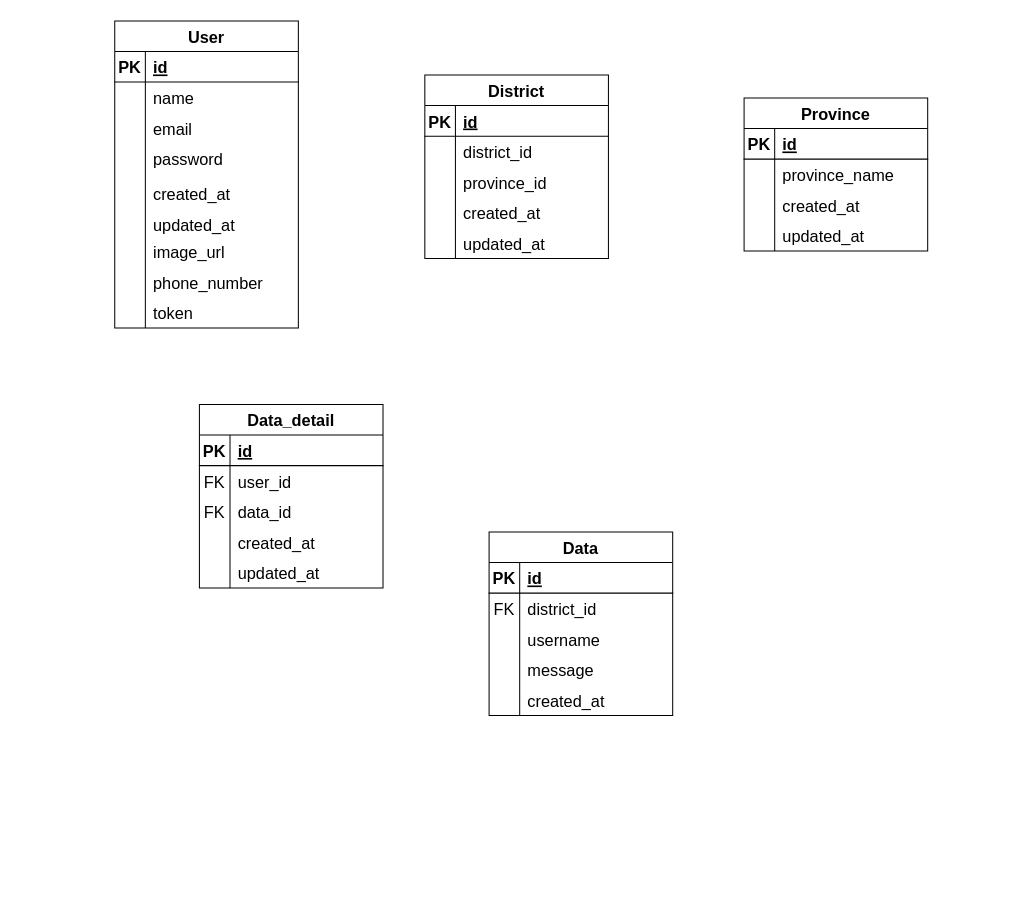
The draw.io diagram diagram/Untitled Diagram.drawio in Yoga3911/ocq_diagram, before the edit. Source tidied: cells renumbered, new cells numbered last; positions are measured from the earlier drawing's top-left corner, leaving out a move shared by most shapes. Both pictures are drawn from the tidied source at 102%, with x=0, y=0 at pixel (114, 20).
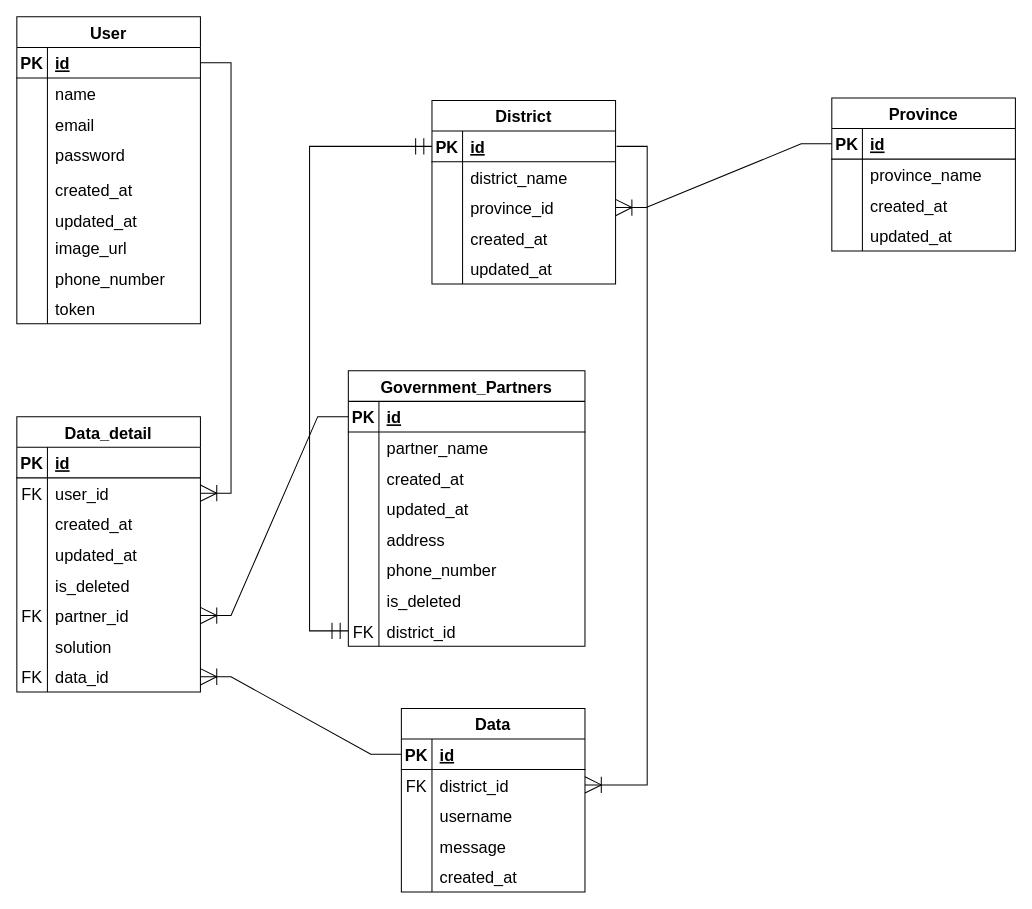
The same page after the edit.

The change refers to these unchanged cells:
```xml
<mxCell id="3" style="shape=tableRow;horizontal=0;startSize=0;swimlaneHead=0;swimlaneBody=0;fillColor=none;points=[[0,0.5],[1,0.5]];portConstraint=eastwest;top=0;left=0;right=0;bottom=1;fontSize=16;" parent="2" vertex="1">
  <mxGeometry y="30" width="180" height="30" as="geometry" />
</mxCell>
<mxCell id="6" style="shape=tableRow;horizontal=0;startSize=0;swimlaneHead=0;swimlaneBody=0;fillColor=none;top=0;left=0;right=0;bottom=0;fontSize=16;" parent="2" vertex="1">
  <mxGeometry y="60" width="180" height="30" as="geometry" />
</mxCell>
<mxCell id="9" style="shape=tableRow;horizontal=0;startSize=0;swimlaneHead=0;swimlaneBody=0;fillColor=none;points=[[0,0.5],[1,0.5]];portConstraint=eastwest;top=0;left=0;right=0;bottom=0;fontSize=16;" parent="2" vertex="1">
  <mxGeometry y="90" width="180" height="30" as="geometry" />
</mxCell>
<mxCell id="19" style="shape=tableRow;horizontal=0;startSize=0;swimlaneHead=0;swimlaneBody=0;fillColor=none;points=[[0,0.5],[1,0.5]];portConstraint=eastwest;top=0;left=0;right=0;bottom=1;fontSize=16;" parent="18" vertex="1">
  <mxGeometry y="30" width="180" height="30" as="geometry" />
</mxCell>
<mxCell id="32" style="shape=tableRow;horizontal=0;startSize=0;swimlaneHead=0;swimlaneBody=0;fillColor=none;points=[[0,0.5],[1,0.5]];portConstraint=eastwest;top=0;left=0;right=0;bottom=1;fontSize=16;" parent="31" vertex="1">
  <mxGeometry y="30" width="180" height="30" as="geometry" />
</mxCell>
<mxCell id="63" style="shape=tableRow;horizontal=0;startSize=0;swimlaneHead=0;swimlaneBody=0;fillColor=none;points=[[0,0.5],[1,0.5]];portConstraint=eastwest;top=0;left=0;right=0;bottom=0;fontSize=16;" parent="59" vertex="1">
  <mxGeometry y="60" width="180" height="30" as="geometry" />
</mxCell>
<mxCell id="76" style="shape=tableRow;horizontal=0;startSize=0;swimlaneHead=0;swimlaneBody=0;fillColor=none;points=[[0,0.5],[1,0.5]];portConstraint=eastwest;top=0;left=0;right=0;bottom=1;fontSize=16;" parent="75" vertex="1">
  <mxGeometry y="30" width="180" height="30" as="geometry" />
</mxCell>
<mxCell id="79" style="shape=tableRow;horizontal=0;startSize=0;swimlaneHead=0;swimlaneBody=0;fillColor=none;points=[[0,0.5],[1,0.5]];portConstraint=eastwest;top=0;left=0;right=0;bottom=0;fontSize=16;" parent="75" vertex="1">
  <mxGeometry y="60" width="180" height="30" as="geometry" />
</mxCell>
```

Change to the diagram source:
```diff
@@
     <mxCell id="2" value="District" style="shape=table;startSize=30;childLayout=tableLayout;rowLines=0;fontStyle=1;align=center;fontSize=16;" parent="1" vertex="1">
-      <mxGeometry x="304" y="53" width="180" height="180" as="geometry" />
+      <mxGeometry x="311" y="78" width="180" height="180" as="geometry" />
     </mxCell>
@@
-    <mxCell id="7" style="shape=partialRectangle;fillColor=none;top=0;left=0;bottom=0;right=0;overflow=hidden;fontSize=16;" parent="6" vertex="1">
-      <mxGeometry width="30" height="30" as="geometry" />
-    </mxCell>
-    <mxCell id="8" value="district_id" style="shape=partialRectangle;fillColor=none;top=0;left=0;bottom=0;right=0;align=left;spacingLeft=6;overflow=hidden;fontSize=16;" parent="6" vertex="1">
-      <mxGeometry x="30" width="150" height="30" as="geometry" />
-    </mxCell>
+    <mxCell id="91" style="shape=partialRectangle;fillColor=none;top=0;left=0;bottom=0;right=0;overflow=hidden;fontSize=16;" parent="6" vertex="1">
+      <mxGeometry width="30" height="30" as="geometry" />
+    </mxCell>
+    <mxCell id="92" value="district_name" style="shape=partialRectangle;fillColor=none;top=0;left=0;bottom=0;right=0;align=left;spacingLeft=6;overflow=hidden;fontSize=16;" parent="6" vertex="1">
+      <mxGeometry x="30" width="150" height="30" as="geometry" />
+    </mxCell>
@@
     <mxCell id="18" value="Province" style="shape=table;startSize=30;childLayout=tableLayout;rowLines=0;fontStyle=1;align=center;fontSize=16;" parent="1" vertex="1">
-      <mxGeometry x="617" y="75.5" width="180" height="150" as="geometry" />
+      <mxGeometry x="703" y="75.5" width="180" height="150" as="geometry" />
     </mxCell>
@@
     <mxCell id="31" value="User" style="shape=table;startSize=30;childLayout=tableLayout;rowLines=0;fontStyle=1;align=center;fontSize=16;" parent="1" vertex="1">
-      <mxGeometry width="180" height="301" as="geometry" />
+      <mxGeometry x="-96" y="-4" width="180" height="301" as="geometry" />
     </mxCell>
@@
     <mxCell id="59" value="Data_detail" style="shape=table;startSize=30;childLayout=tableLayout;rowLines=0;fontStyle=1;align=center;fontSize=16;" parent="1" vertex="1">
-      <mxGeometry x="83" y="376" width="180" height="180" as="geometry" />
+      <mxGeometry x="-96" y="388" width="180" height="270" as="geometry" />
     </mxCell>
@@
-    <mxCell id="66" style="shape=tableRow;horizontal=0;startSize=0;swimlaneHead=0;swimlaneBody=0;fillColor=none;points=[[0,0.5],[1,0.5]];portConstraint=eastwest;top=0;left=0;right=0;bottom=0;fontSize=16;" parent="59" vertex="1">
-      <mxGeometry y="90" width="180" height="30" as="geometry" />
-    </mxCell>
-    <mxCell id="67" value="FK" style="shape=partialRectangle;fillColor=none;top=0;left=0;bottom=0;right=0;overflow=hidden;fontSize=16;" parent="66" vertex="1">
-      <mxGeometry width="30" height="30" as="geometry" />
-    </mxCell>
-    <mxCell id="68" value="data_id" style="shape=partialRectangle;fillColor=none;top=0;left=0;bottom=0;right=0;align=left;spacingLeft=6;overflow=hidden;fontSize=16;" parent="66" vertex="1">
-      <mxGeometry x="30" width="150" height="30" as="geometry" />
-    </mxCell>
     <mxCell id="69" style="shape=tableRow;horizontal=0;startSize=0;swimlaneHead=0;swimlaneBody=0;fillColor=none;top=0;left=0;right=0;bottom=0;fontSize=16;" parent="59" vertex="1">
-      <mxGeometry y="120" width="180" height="30" as="geometry" />
+      <mxGeometry y="90" width="180" height="30" as="geometry" />
     </mxCell>
@@
     <mxCell id="72" style="shape=tableRow;horizontal=0;startSize=0;swimlaneHead=0;swimlaneBody=0;fillColor=none;top=0;left=0;right=0;bottom=0;fontSize=16;" parent="59" vertex="1">
-      <mxGeometry y="150" width="180" height="30" as="geometry" />
+      <mxGeometry y="120" width="180" height="30" as="geometry" />
     </mxCell>
@@
+    <mxCell id="93" style="shape=tableRow;horizontal=0;startSize=0;swimlaneHead=0;swimlaneBody=0;fillColor=none;top=0;left=0;right=0;bottom=0;fontSize=16;" parent="59" vertex="1">
+      <mxGeometry y="150" width="180" height="30" as="geometry" />
+    </mxCell>
+    <mxCell id="94" style="shape=partialRectangle;fillColor=none;top=0;left=0;bottom=0;right=0;overflow=hidden;fontSize=16;" parent="93" vertex="1">
+      <mxGeometry width="30" height="30" as="geometry" />
+    </mxCell>
+    <mxCell id="95" value="is_deleted" style="shape=partialRectangle;fillColor=none;top=0;left=0;bottom=0;right=0;align=left;spacingLeft=6;overflow=hidden;fontSize=16;" parent="93" vertex="1">
+      <mxGeometry x="30" width="150" height="30" as="geometry" />
+    </mxCell>
+    <mxCell id="96" style="shape=tableRow;horizontal=0;startSize=0;swimlaneHead=0;swimlaneBody=0;fillColor=none;points=[[0,0.5],[1,0.5]];portConstraint=eastwest;top=0;left=0;right=0;bottom=0;fontSize=16;" parent="59" vertex="1">
+      <mxGeometry y="180" width="180" height="30" as="geometry" />
+    </mxCell>
+    <mxCell id="97" value="FK" style="shape=partialRectangle;fillColor=none;top=0;left=0;bottom=0;right=0;overflow=hidden;fontSize=16;" parent="96" vertex="1">
+      <mxGeometry width="30" height="30" as="geometry" />
+    </mxCell>
+    <mxCell id="98" value="partner_id" style="shape=partialRectangle;fillColor=none;top=0;left=0;bottom=0;right=0;align=left;spacingLeft=6;overflow=hidden;fontSize=16;" parent="96" vertex="1">
+      <mxGeometry x="30" width="150" height="30" as="geometry" />
+    </mxCell>
+    <mxCell id="99" style="shape=tableRow;horizontal=0;startSize=0;swimlaneHead=0;swimlaneBody=0;fillColor=none;top=0;left=0;right=0;bottom=0;fontSize=16;" parent="59" vertex="1">
+      <mxGeometry y="210" width="180" height="30" as="geometry" />
+    </mxCell>
+    <mxCell id="100" style="shape=partialRectangle;fillColor=none;top=0;left=0;bottom=0;right=0;overflow=hidden;fontSize=16;" parent="99" vertex="1">
+      <mxGeometry width="30" height="30" as="geometry" />
+    </mxCell>
+    <mxCell id="101" value="solution" style="shape=partialRectangle;fillColor=none;top=0;left=0;bottom=0;right=0;align=left;spacingLeft=6;overflow=hidden;fontSize=16;" parent="99" vertex="1">
+      <mxGeometry x="30" width="150" height="30" as="geometry" />
+    </mxCell>
+    <mxCell id="66" style="shape=tableRow;horizontal=0;startSize=0;swimlaneHead=0;swimlaneBody=0;fillColor=none;points=[[0,0.5],[1,0.5]];portConstraint=eastwest;top=0;left=0;right=0;bottom=0;fontSize=16;" parent="59" vertex="1">
+      <mxGeometry y="240" width="180" height="30" as="geometry" />
+    </mxCell>
+    <mxCell id="67" value="FK" style="shape=partialRectangle;fillColor=none;top=0;left=0;bottom=0;right=0;overflow=hidden;fontSize=16;" parent="66" vertex="1">
+      <mxGeometry width="30" height="30" as="geometry" />
+    </mxCell>
+    <mxCell id="68" value="data_id" style="shape=partialRectangle;fillColor=none;top=0;left=0;bottom=0;right=0;align=left;spacingLeft=6;overflow=hidden;fontSize=16;" parent="66" vertex="1">
+      <mxGeometry x="30" width="150" height="30" as="geometry" />
+    </mxCell>
     <mxCell id="75" value="Data" style="shape=table;startSize=30;childLayout=tableLayout;rowLines=0;fontStyle=1;align=center;fontSize=16;" parent="1" vertex="1">
-      <mxGeometry x="367" y="501" width="180" height="180" as="geometry" />
+      <mxGeometry x="281" y="674" width="180" height="180" as="geometry" />
     </mxCell>
@@
+    <mxCell id="102" value="Government_Partners" style="shape=table;startSize=30;childLayout=tableLayout;rowLines=0;fontStyle=1;align=center;fontSize=16;" parent="1" vertex="1">
+      <mxGeometry x="229" y="343" width="232" height="270" as="geometry" />
+    </mxCell>
+    <mxCell id="103" style="shape=tableRow;horizontal=0;startSize=0;swimlaneHead=0;swimlaneBody=0;fillColor=none;points=[[0,0.5],[1,0.5]];portConstraint=eastwest;top=0;left=0;right=0;bottom=1;fontSize=16;" parent="102" vertex="1">
+      <mxGeometry y="30" width="232" height="30" as="geometry" />
+    </mxCell>
+    <mxCell id="104" value="PK" style="shape=partialRectangle;fillColor=none;top=0;left=0;bottom=0;right=0;fontStyle=1;overflow=hidden;fontSize=16;" parent="103" vertex="1">
+      <mxGeometry width="30" height="30" as="geometry" />
+    </mxCell>
+    <mxCell id="105" value="id" style="shape=partialRectangle;fillColor=none;top=0;left=0;bottom=0;right=0;align=left;spacingLeft=6;fontStyle=5;overflow=hidden;fontSize=16;" parent="103" vertex="1">
+      <mxGeometry x="30" width="202" height="30" as="geometry" />
+    </mxCell>
+    <mxCell id="106" style="shape=tableRow;horizontal=0;startSize=0;swimlaneHead=0;swimlaneBody=0;fillColor=none;top=0;left=0;right=0;bottom=0;fontSize=16;" parent="102" vertex="1">
+      <mxGeometry y="60" width="232" height="30" as="geometry" />
+    </mxCell>
+    <mxCell id="107" style="shape=partialRectangle;fillColor=none;top=0;left=0;bottom=0;right=0;overflow=hidden;fontSize=16;" parent="106" vertex="1">
+      <mxGeometry width="30" height="30" as="geometry" />
+    </mxCell>
+    <mxCell id="108" value="partner_name" style="shape=partialRectangle;fillColor=none;top=0;left=0;bottom=0;right=0;align=left;spacingLeft=6;overflow=hidden;fontSize=16;" parent="106" vertex="1">
+      <mxGeometry x="30" width="202" height="30" as="geometry" />
+    </mxCell>
+    <mxCell id="109" style="shape=tableRow;horizontal=0;startSize=0;swimlaneHead=0;swimlaneBody=0;fillColor=none;top=0;left=0;right=0;bottom=0;fontSize=16;" parent="102" vertex="1">
+      <mxGeometry y="90" width="232" height="30" as="geometry" />
+    </mxCell>
+    <mxCell id="110" style="shape=partialRectangle;fillColor=none;top=0;left=0;bottom=0;right=0;overflow=hidden;fontSize=16;" parent="109" vertex="1">
+      <mxGeometry width="30" height="30" as="geometry" />
+    </mxCell>
+    <mxCell id="111" value="created_at" style="shape=partialRectangle;fillColor=none;top=0;left=0;bottom=0;right=0;align=left;spacingLeft=6;overflow=hidden;fontSize=16;" parent="109" vertex="1">
+      <mxGeometry x="30" width="202" height="30" as="geometry" />
+    </mxCell>
+    <mxCell id="112" style="shape=tableRow;horizontal=0;startSize=0;swimlaneHead=0;swimlaneBody=0;fillColor=none;top=0;left=0;right=0;bottom=0;fontSize=16;" parent="102" vertex="1">
+      <mxGeometry y="120" width="232" height="30" as="geometry" />
+    </mxCell>
+    <mxCell id="113" style="shape=partialRectangle;fillColor=none;top=0;left=0;bottom=0;right=0;overflow=hidden;fontSize=16;" parent="112" vertex="1">
+      <mxGeometry width="30" height="30" as="geometry" />
+    </mxCell>
+    <mxCell id="114" value="updated_at" style="shape=partialRectangle;fillColor=none;top=0;left=0;bottom=0;right=0;align=left;spacingLeft=6;overflow=hidden;fontSize=16;" parent="112" vertex="1">
+      <mxGeometry x="30" width="202" height="30" as="geometry" />
+    </mxCell>
+    <mxCell id="115" style="shape=tableRow;horizontal=0;startSize=0;swimlaneHead=0;swimlaneBody=0;fillColor=none;top=0;left=0;right=0;bottom=0;fontSize=16;" parent="102" vertex="1">
+      <mxGeometry y="150" width="232" height="30" as="geometry" />
+    </mxCell>
+    <mxCell id="116" style="shape=partialRectangle;fillColor=none;top=0;left=0;bottom=0;right=0;overflow=hidden;fontSize=16;" parent="115" vertex="1">
+      <mxGeometry width="30" height="30" as="geometry" />
+    </mxCell>
+    <mxCell id="117" value="address" style="shape=partialRectangle;fillColor=none;top=0;left=0;bottom=0;right=0;align=left;spacingLeft=6;overflow=hidden;fontSize=16;" parent="115" vertex="1">
+      <mxGeometry x="30" width="202" height="30" as="geometry" />
+    </mxCell>
+    <mxCell id="118" style="shape=tableRow;horizontal=0;startSize=0;swimlaneHead=0;swimlaneBody=0;fillColor=none;top=0;left=0;right=0;bottom=0;fontSize=16;" parent="102" vertex="1">
+      <mxGeometry y="180" width="232" height="30" as="geometry" />
+    </mxCell>
+    <mxCell id="119" style="shape=partialRectangle;fillColor=none;top=0;left=0;bottom=0;right=0;overflow=hidden;fontSize=16;" parent="118" vertex="1">
+      <mxGeometry width="30" height="30" as="geometry" />
+    </mxCell>
+    <mxCell id="120" value="phone_number" style="shape=partialRectangle;fillColor=none;top=0;left=0;bottom=0;right=0;align=left;spacingLeft=6;overflow=hidden;fontSize=16;" parent="118" vertex="1">
+      <mxGeometry x="30" width="202" height="30" as="geometry" />
+    </mxCell>
+    <mxCell id="121" style="shape=tableRow;horizontal=0;startSize=0;swimlaneHead=0;swimlaneBody=0;fillColor=none;top=0;left=0;right=0;bottom=0;fontSize=16;" parent="102" vertex="1">
+      <mxGeometry y="210" width="232" height="30" as="geometry" />
+    </mxCell>
+    <mxCell id="122" style="shape=partialRectangle;fillColor=none;top=0;left=0;bottom=0;right=0;overflow=hidden;fontSize=16;" parent="121" vertex="1">
+      <mxGeometry width="30" height="30" as="geometry" />
+    </mxCell>
+    <mxCell id="123" value="is_deleted" style="shape=partialRectangle;fillColor=none;top=0;left=0;bottom=0;right=0;align=left;spacingLeft=6;overflow=hidden;fontSize=16;" parent="121" vertex="1">
+      <mxGeometry x="30" width="202" height="30" as="geometry" />
+    </mxCell>
+    <mxCell id="124" style="shape=tableRow;horizontal=0;startSize=0;swimlaneHead=0;swimlaneBody=0;fillColor=none;points=[[0,0.5],[1,0.5]];portConstraint=eastwest;top=0;left=0;right=0;bottom=0;fontSize=16;" parent="102" vertex="1">
+      <mxGeometry y="240" width="232" height="30" as="geometry" />
+    </mxCell>
+    <mxCell id="125" value="FK" style="shape=partialRectangle;fillColor=none;top=0;left=0;bottom=0;right=0;overflow=hidden;fontSize=16;" parent="124" vertex="1">
+      <mxGeometry width="30" height="30" as="geometry" />
+    </mxCell>
+    <mxCell id="8" value="district_id" style="shape=partialRectangle;fillColor=none;top=0;left=0;bottom=0;right=0;align=left;spacingLeft=6;overflow=hidden;fontSize=16;" parent="124" vertex="1">
+      <mxGeometry x="30" width="202" height="30" as="geometry" />
+    </mxCell>
+    <mxCell id="126" style="edgeStyle=entityRelationEdgeStyle;fontSize=12;html=1;endArrow=ERoneToMany;rounded=0;startSize=14;endSize=14;sourcePerimeterSpacing=8;targetPerimeterSpacing=8;entryX=1;entryY=0.5;entryDx=0;entryDy=0;exitX=0;exitY=0.5;exitDx=0;exitDy=0;" parent="1" edge="1" source="19" target="9">
+      <mxGeometry relative="1" as="geometry" />
+    </mxCell>
+    <mxCell id="127" style="edgeStyle=entityRelationEdgeStyle;fontSize=12;html=1;endArrow=ERoneToMany;rounded=0;startSize=14;endSize=14;sourcePerimeterSpacing=8;targetPerimeterSpacing=8;entryX=1;entryY=0.5;entryDx=0;entryDy=0;exitX=1;exitY=0.5;exitDx=0;exitDy=0;" parent="1" edge="1" source="32" target="63">
+      <mxGeometry relative="1" as="geometry" />
+    </mxCell>
+    <mxCell id="128" style="edgeStyle=entityRelationEdgeStyle;fontSize=12;html=1;endArrow=ERoneToMany;rounded=0;startSize=14;endSize=14;sourcePerimeterSpacing=8;targetPerimeterSpacing=8;exitX=0;exitY=0.5;exitDx=0;exitDy=0;entryX=1;entryY=0.5;entryDx=0;entryDy=0;" parent="1" edge="1" source="76" target="66">
+      <mxGeometry relative="1" as="geometry" />
+    </mxCell>
+    <mxCell id="129" style="edgeStyle=entityRelationEdgeStyle;fontSize=12;html=1;endArrow=ERoneToMany;rounded=0;startSize=14;endSize=14;sourcePerimeterSpacing=8;targetPerimeterSpacing=8;exitX=0;exitY=0.5;exitDx=0;exitDy=0;entryX=1;entryY=0.5;entryDx=0;entryDy=0;" parent="1" edge="1" source="103" target="96">
+      <mxGeometry relative="1" as="geometry" />
+    </mxCell>
+    <mxCell id="130" style="edgeStyle=entityRelationEdgeStyle;fontSize=12;html=1;endArrow=ERoneToMany;rounded=0;startSize=14;endSize=14;sourcePerimeterSpacing=8;targetPerimeterSpacing=8;entryX=1;entryY=0.5;entryDx=0;entryDy=0;" parent="1" edge="1" target="79">
+      <mxGeometry relative="1" as="geometry">
+        <mxPoint x="492" y="123" as="sourcePoint" />
+      </mxGeometry>
+    </mxCell>
+    <mxCell id="131" style="edgeStyle=elbowEdgeStyle;fontSize=12;html=1;endArrow=ERmandOne;startArrow=ERmandOne;rounded=0;startSize=14;endSize=14;sourcePerimeterSpacing=8;targetPerimeterSpacing=8;elbow=vertical;exitX=0;exitY=0.5;exitDx=0;exitDy=0;entryX=0;entryY=0.5;entryDx=0;entryDy=0;" parent="1" edge="1" source="124" target="3">
+      <mxGeometry relative="1" as="geometry">
+        <Array as="points">
+          <mxPoint x="191" y="358" />
+        </Array>
+      </mxGeometry>
+    </mxCell>
```
